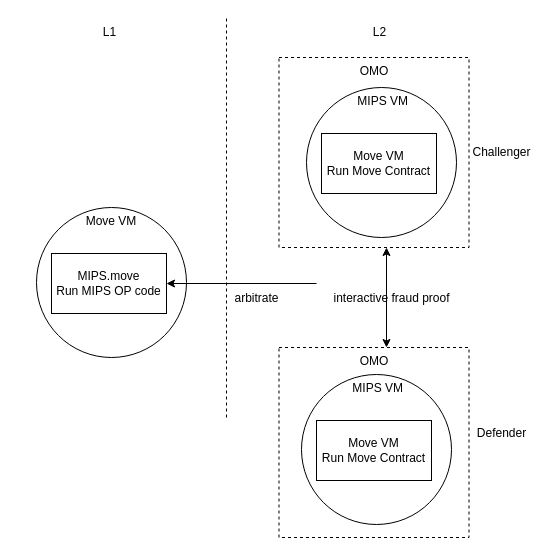
This is page "omo" (6 of 11) of static/diagram/rooch.drawio from rooch-network/rooch-network.github.io, a draw.io file, before an edit. Source tidied: cells renumbered, new cells numbered last; positions are measured from the earlier drawing's top-left corner, leaving out a move shared by most shapes. Both pictures are drawn from the tidied source at 100%, with x=0, y=0 at pixel (36, 17).
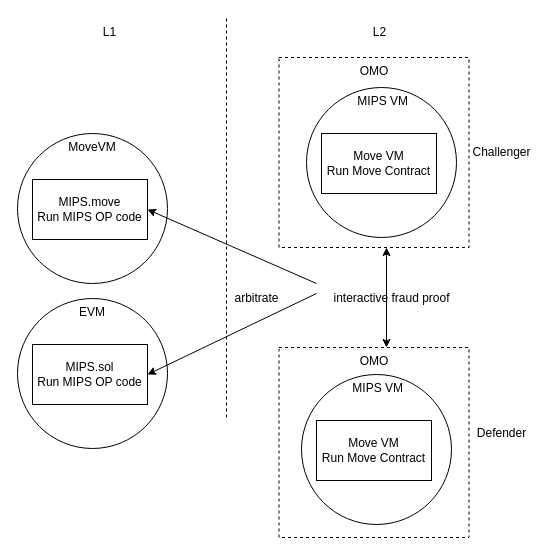
The same page after the edit.

Diff of the diagram source:
```diff
@@
-    <mxCell id="4" value="Move VM" style="ellipse;whiteSpace=wrap;html=1;verticalAlign=top;" parent="1" vertex="1">
-      <mxGeometry y="190" width="150" height="150" as="geometry" />
+    <mxCell id="4" value="MoveVM" style="ellipse;whiteSpace=wrap;html=1;verticalAlign=top;" parent="1" vertex="1">
+      <mxGeometry x="-19" y="116" width="150" height="150" as="geometry" />
     </mxCell>
     <mxCell id="5" value="MIPS.move&lt;br&gt;Run MIPS OP code" style="rounded=0;whiteSpace=wrap;html=1;" parent="1" vertex="1">
-      <mxGeometry x="15" y="236" width="115" height="60" as="geometry" />
+      <mxGeometry x="-4" y="162" width="115" height="60" as="geometry" />
     </mxCell>
@@
+    <mxCell id="19" value="EVM" style="ellipse;whiteSpace=wrap;html=1;verticalAlign=top;" parent="1" vertex="1">
+      <mxGeometry x="-19" y="281" width="150" height="150" as="geometry" />
+    </mxCell>
+    <mxCell id="20" value="MIPS.sol&lt;br&gt;Run MIPS OP code" style="rounded=0;whiteSpace=wrap;html=1;" parent="1" vertex="1">
+      <mxGeometry x="-4" y="327" width="115" height="60" as="geometry" />
+    </mxCell>
+    <mxCell id="21" style="endArrow=classic;html=1;rounded=0;entryX=1;entryY=0.5;entryDx=0;entryDy=0;" parent="1" edge="1" target="20">
+      <mxGeometry relative="1" as="geometry">
+        <mxPoint x="280" y="276" as="sourcePoint" />
+      </mxGeometry>
+    </mxCell>
```
